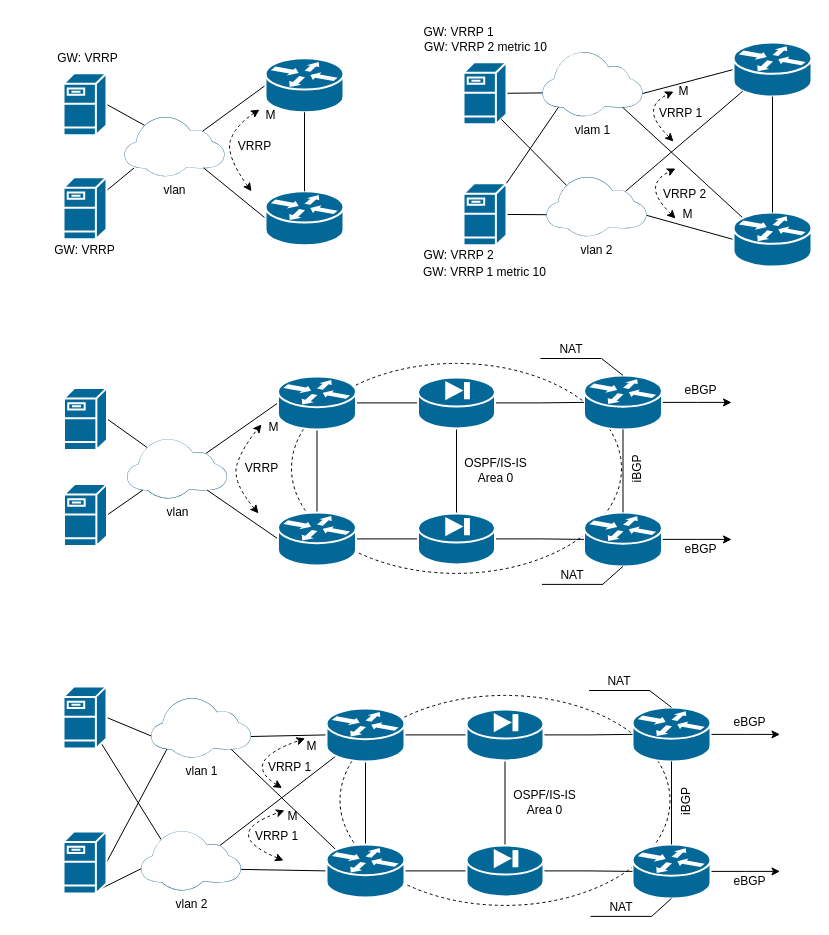
Before: page "L3" (2 of 2) of Diagram/small_nets.drawio in thleontev/Networks, a draw.io diagram. Source tidied: cells renumbered, new cells numbered last; positions are measured from the earlier drawing's top-left corner, leaving out a move shared by most shapes. Both pictures are drawn from the tidied source at 100%, with x=0, y=0 at pixel (44, 17).
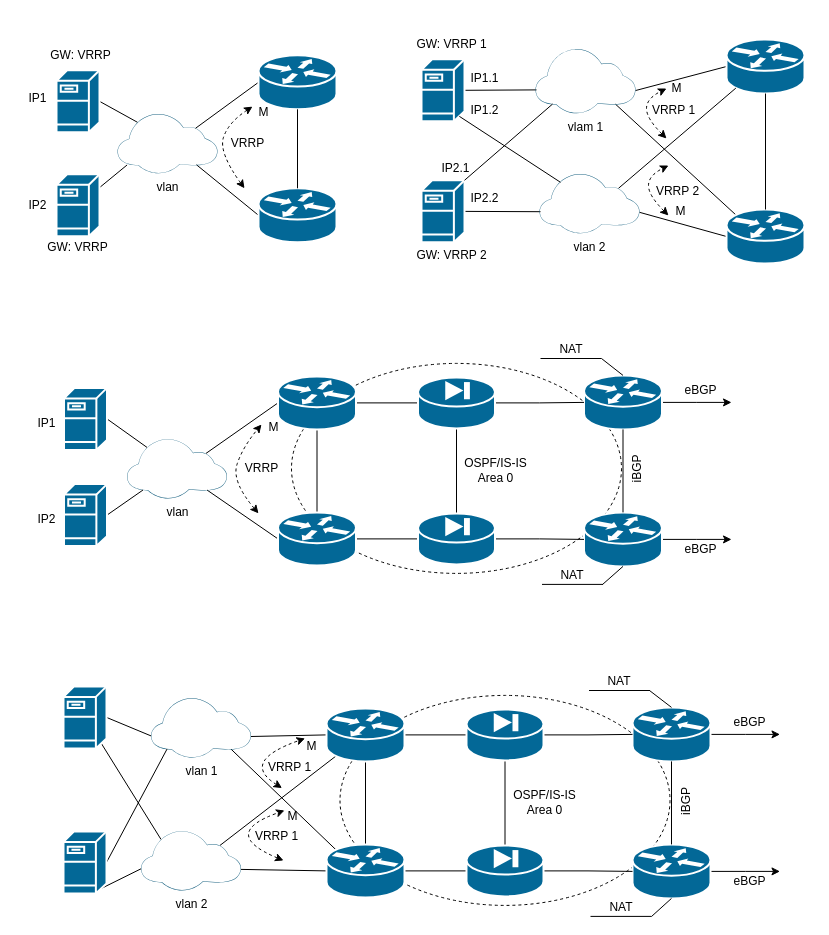
The same diagram, later.

What changed in the source:
```diff
@@
     <mxCell id="4" style="shape=mxgraph.cisco.servers.fileserver;sketch=0;html=1;dashed=0;fillColor=#036897;strokeColor=#ffffff;strokeWidth=2;verticalLabelPosition=bottom;verticalAlign=top;align=center;outlineConnect=0;" parent="1" vertex="1">
-      <mxGeometry x="19" y="55.8" width="43" height="62" as="geometry" />
+      <mxGeometry x="12" y="52.8" width="43" height="62" as="geometry" />
     </mxCell>
     <mxCell id="5" style="rounded=0;jettySize=auto;html=1;exitX=0.79;exitY=0.25;exitDx=0;exitDy=0;exitPerimeter=0;entryX=0;entryY=0.5;entryDx=0;entryDy=0;entryPerimeter=0;endArrow=none;endFill=0;" parent="1" edge="1" target="10">
       <mxGeometry relative="1" as="geometry">
-        <mxPoint x="158" y="113.8" as="sourcePoint" />
+        <mxPoint x="151" y="110.8" as="sourcePoint" />
       </mxGeometry>
     </mxCell>
     <mxCell id="6" style="rounded=0;jettySize=auto;html=1;exitX=0.8;exitY=0.86;exitDx=0;exitDy=0;exitPerimeter=0;entryX=0;entryY=0.5;entryDx=0;entryDy=0;entryPerimeter=0;endArrow=none;endFill=0;" parent="1" edge="1" target="11">
       <mxGeometry relative="1" as="geometry">
-        <mxPoint x="159" y="150.3" as="sourcePoint" />
+        <mxPoint x="152" y="147.3" as="sourcePoint" />
       </mxGeometry>
     </mxCell>
     <mxCell id="7" value="vlan" style="points=[[0,0.64,0],[0.2,0.15,0],[0.4,0.01,0],[0.79,0.25,0],[1,0.65,0],[0.8,0.86,0],[0.41,1,0],[0.16,0.86,0]];verticalLabelPosition=bottom;sketch=0;html=1;verticalAlign=top;align=center;shape=mxgraph.cisco19.cloud;fillColor=#186180;strokeColor=none;" parent="1" vertex="1">
-      <mxGeometry x="80" y="98.8" width="100" height="60" as="geometry" />
+      <mxGeometry x="73" y="95.8" width="100" height="60" as="geometry" />
     </mxCell>
@@
     <mxCell id="9" style="shape=mxgraph.cisco.servers.fileserver;sketch=0;html=1;dashed=0;fillColor=#036897;strokeColor=#ffffff;strokeWidth=2;verticalLabelPosition=bottom;verticalAlign=top;align=center;outlineConnect=0;" parent="1" vertex="1">
-      <mxGeometry x="19" y="159.8" width="43" height="62" as="geometry" />
+      <mxGeometry x="12" y="156.8" width="43" height="62" as="geometry" />
     </mxCell>
     <mxCell id="10" style="shape=mxgraph.cisco.routers.router;sketch=0;html=1;dashed=0;fillColor=#036897;strokeColor=#ffffff;strokeWidth=2;verticalLabelPosition=bottom;verticalAlign=top;align=center;outlineConnect=0;" parent="1" vertex="1">
-      <mxGeometry x="221" y="40.8" width="78" height="54" as="geometry" />
+      <mxGeometry x="214" y="37.8" width="78" height="54" as="geometry" />
     </mxCell>
     <mxCell id="11" style="shape=mxgraph.cisco.routers.router;sketch=0;html=1;dashed=0;fillColor=#036897;strokeColor=#ffffff;strokeWidth=2;verticalLabelPosition=bottom;verticalAlign=top;align=center;outlineConnect=0;" parent="1" vertex="1">
-      <mxGeometry x="221" y="173.8" width="78" height="54" as="geometry" />
+      <mxGeometry x="214" y="170.8" width="78" height="54" as="geometry" />
     </mxCell>
@@
-    <mxCell id="13" style="rounded=0;jettySize=auto;html=1;exitX=1;exitY=0.5;exitDx=0;exitDy=0;exitPerimeter=0;entryX=0;entryY=0.64;entryDx=0;entryDy=0;entryPerimeter=0;endArrow=none;endFill=0;" parent="1" edge="1" source="14" target="18">
-      <mxGeometry relative="1" as="geometry" />
+    <mxCell id="13" style="rounded=0;jettySize=auto;html=1;exitX=1;exitY=0.5;exitDx=0;exitDy=0;exitPerimeter=0;entryX=0;entryY=0.64;entryDx=0;entryDy=0;entryPerimeter=0;endArrow=none;endFill=0;" parent="1" edge="1" source="14">
+      <mxGeometry relative="1" as="geometry">
+        <mxPoint x="492" y="72.4" as="targetPoint" />
+      </mxGeometry>
     </mxCell>
     <mxCell id="14" style="shape=mxgraph.cisco.servers.fileserver;sketch=0;html=1;dashed=0;fillColor=#036897;strokeColor=#ffffff;strokeWidth=2;verticalLabelPosition=bottom;verticalAlign=top;align=center;outlineConnect=0;" parent="1" vertex="1">
-      <mxGeometry x="419" y="44.8" width="43" height="62" as="geometry" />
+      <mxGeometry x="377" y="41.8" width="43" height="62" as="geometry" />
     </mxCell>
@@
     <mxCell id="18" value="vlam 1" style="points=[[0,0.64,0],[0.2,0.15,0],[0.4,0.01,0],[0.79,0.25,0],[1,0.65,0],[0.8,0.86,0],[0.41,1,0],[0.16,0.86,0]];verticalLabelPosition=bottom;sketch=0;html=1;verticalAlign=top;align=center;shape=mxgraph.cisco19.cloud;fillColor=#186180;strokeColor=none;" parent="1" vertex="1">
-      <mxGeometry x="498" y="33.8" width="100" height="65" as="geometry" />
+      <mxGeometry x="491" y="30.8" width="100" height="65" as="geometry" />
     </mxCell>
-    <mxCell id="19" style="rounded=0;jettySize=auto;html=1;endArrow=none;endFill=0;entryX=0;entryY=0.64;entryDx=0;entryDy=0;entryPerimeter=0;" parent="1" edge="1" source="20" target="25">
-      <mxGeometry relative="1" as="geometry" />
+    <mxCell id="19" style="rounded=0;jettySize=auto;html=1;endArrow=none;endFill=0;entryX=0;entryY=0.64;entryDx=0;entryDy=0;entryPerimeter=0;" parent="1" edge="1" source="20">
+      <mxGeometry relative="1" as="geometry">
+        <mxPoint x="496" y="194.2" as="targetPoint" />
+      </mxGeometry>
     </mxCell>
     <mxCell id="20" style="shape=mxgraph.cisco.servers.fileserver;sketch=0;html=1;dashed=0;fillColor=#036897;strokeColor=#ffffff;strokeWidth=2;verticalLabelPosition=bottom;verticalAlign=top;align=center;outlineConnect=0;" parent="1" vertex="1">
-      <mxGeometry x="419" y="165.8" width="43" height="62" as="geometry" />
+      <mxGeometry x="377" y="162.8" width="43" height="62" as="geometry" />
     </mxCell>
     <mxCell id="21" style="shape=mxgraph.cisco.routers.router;sketch=0;html=1;dashed=0;fillColor=#036897;strokeColor=#ffffff;strokeWidth=2;verticalLabelPosition=bottom;verticalAlign=top;align=center;outlineConnect=0;" parent="1" vertex="1">
-      <mxGeometry x="689" y="25" width="78" height="54" as="geometry" />
+      <mxGeometry x="682" y="22" width="78" height="54" as="geometry" />
     </mxCell>
     <mxCell id="22" style="shape=mxgraph.cisco.routers.router;sketch=0;html=1;dashed=0;fillColor=#036897;strokeColor=#ffffff;strokeWidth=2;verticalLabelPosition=bottom;verticalAlign=top;align=center;outlineConnect=0;" parent="1" vertex="1">
-      <mxGeometry x="689" y="195" width="78" height="54" as="geometry" />
+      <mxGeometry x="682" y="192" width="78" height="54" as="geometry" />
     </mxCell>
@@
     <mxCell id="25" value="vlan 2" style="points=[[0,0.64,0],[0.2,0.15,0],[0.4,0.01,0],[0.79,0.25,0],[1,0.65,0],[0.8,0.86,0],[0.41,1,0],[0.16,0.86,0]];verticalLabelPosition=bottom;sketch=0;html=1;verticalAlign=top;align=center;shape=mxgraph.cisco19.cloud;fillColor=#186180;strokeColor=none;" parent="1" vertex="1">
-      <mxGeometry x="502" y="158.8" width="100" height="60" as="geometry" />
+      <mxGeometry x="495" y="155.8" width="100" height="60" as="geometry" />
     </mxCell>
-    <mxCell id="26" style="rounded=0;jettySize=auto;html=1;entryX=0.2;entryY=0.15;entryDx=0;entryDy=0;entryPerimeter=0;endArrow=none;endFill=0;exitX=0.88;exitY=0.92;exitDx=0;exitDy=0;exitPerimeter=0;" parent="1" edge="1" source="14" target="25">
-      <mxGeometry relative="1" as="geometry" />
+    <mxCell id="26" style="rounded=0;jettySize=auto;html=1;entryX=0.2;entryY=0.15;entryDx=0;entryDy=0;entryPerimeter=0;endArrow=none;endFill=0;exitX=0.88;exitY=0.92;exitDx=0;exitDy=0;exitPerimeter=0;" parent="1" edge="1" source="14">
+      <mxGeometry relative="1" as="geometry">
+        <mxPoint x="516" y="164.8" as="targetPoint" />
+      </mxGeometry>
     </mxCell>
-    <mxCell id="27" style="rounded=0;jettySize=auto;html=1;entryX=0.16;entryY=0.86;entryDx=0;entryDy=0;entryPerimeter=0;endArrow=none;endFill=0;exitX=1;exitY=0;exitDx=0;exitDy=0;exitPerimeter=0;" parent="1" edge="1" source="20" target="18">
-      <mxGeometry relative="1" as="geometry" />
+    <mxCell id="27" style="rounded=0;jettySize=auto;html=1;entryX=0.16;entryY=0.86;entryDx=0;entryDy=0;entryPerimeter=0;endArrow=none;endFill=0;exitX=1;exitY=0;exitDx=0;exitDy=0;exitPerimeter=0;" parent="1" edge="1" source="20">
+      <mxGeometry relative="1" as="geometry">
+        <mxPoint x="508" y="86.6" as="targetPoint" />
+      </mxGeometry>
     </mxCell>
     <mxCell id="28" style="curved=1;endArrow=classic;html=1;rounded=0;startArrow=classic;startFill=1;dashed=1;" parent="1" edge="1">
       <mxGeometry relative="1" as="geometry">
-        <mxPoint x="207" y="173.8" as="sourcePoint" />
-        <mxPoint x="215" y="92.1" as="targetPoint" />
+        <mxPoint x="200" y="170.8" as="sourcePoint" />
+        <mxPoint x="208" y="89.1" as="targetPoint" />
         <Array as="points">
-          <mxPoint x="181" y="137.8" />
-          <mxPoint x="191" y="107.8" />
+          <mxPoint x="174" y="134.8" />
+          <mxPoint x="184" y="104.8" />
         </Array>
       </mxGeometry>
     </mxCell>
     <mxCell id="29" value="VRRP" style="text;html=1;align=center;verticalAlign=middle;strokeColor=none;fillColor=none;" parent="1" vertex="1">
-      <mxGeometry x="180" y="113.8" width="60" height="30" as="geometry" />
+      <mxGeometry x="173" y="110.8" width="60" height="30" as="geometry" />
     </mxCell>
     <mxCell id="30" style="curved=1;endArrow=classic;html=1;rounded=0;startArrow=classic;startFill=1;dashed=1;" parent="1" edge="1">
       <mxGeometry relative="1" as="geometry">
-        <mxPoint x="629" y="124" as="sourcePoint" />
-        <mxPoint x="629" y="74" as="targetPoint" />
+        <mxPoint x="622" y="121" as="sourcePoint" />
+        <mxPoint x="622" y="71" as="targetPoint" />
         <Array as="points">
-          <mxPoint x="609" y="104" />
-          <mxPoint x="609" y="84" />
+          <mxPoint x="602" y="101" />
+          <mxPoint x="602" y="81" />
         </Array>
       </mxGeometry>
     </mxCell>
     <mxCell id="31" value="VRRP 1" style="text;html=1;align=center;verticalAlign=middle;strokeColor=none;fillColor=none;" parent="1" vertex="1">
-      <mxGeometry x="601" y="80.8" width="70" height="30" as="geometry" />
+      <mxGeometry x="594" y="77.8" width="70" height="30" as="geometry" />
     </mxCell>
     <mxCell id="32" style="curved=1;endArrow=classic;html=1;rounded=0;startArrow=classic;startFill=1;dashed=1;" parent="1" edge="1">
       <mxGeometry relative="1" as="geometry">
-        <mxPoint x="631" y="201" as="sourcePoint" />
-        <mxPoint x="631" y="151" as="targetPoint" />
+        <mxPoint x="624" y="198" as="sourcePoint" />
+        <mxPoint x="624" y="148" as="targetPoint" />
         <Array as="points">
-          <mxPoint x="611" y="181" />
-          <mxPoint x="611" y="161" />
+          <mxPoint x="604" y="178" />
+          <mxPoint x="604" y="158" />
         </Array>
       </mxGeometry>
     </mxCell>
     <mxCell id="33" value="VRRP 2" style="text;html=1;align=center;verticalAlign=middle;strokeColor=none;fillColor=none;" parent="1" vertex="1">
-      <mxGeometry x="605" y="162.2" width="70" height="30" as="geometry" />
+      <mxGeometry x="598" y="159.2" width="70" height="30" as="geometry" />
     </mxCell>
@@
     <mxCell id="65" value="M" style="text;html=1;align=center;verticalAlign=middle;strokeColor=none;fillColor=none;" parent="1" vertex="1">
-      <mxGeometry x="624" y="58.8" width="30" height="30" as="geometry" />
+      <mxGeometry x="617" y="55.8" width="30" height="30" as="geometry" />
     </mxCell>
     <mxCell id="66" value="M" style="text;html=1;align=center;verticalAlign=middle;strokeColor=none;fillColor=none;" parent="1" vertex="1">
-      <mxGeometry x="628" y="181.8" width="30" height="30" as="geometry" />
+      <mxGeometry x="621" y="178.8" width="30" height="30" as="geometry" />
     </mxCell>
@@
     <mxCell id="107" value="M" style="text;html=1;align=center;verticalAlign=middle;strokeColor=none;fillColor=none;" parent="1" vertex="1">
-      <mxGeometry x="210.5" y="82.8" width="30" height="30" as="geometry" />
+      <mxGeometry x="203.5" y="79.8" width="30" height="30" as="geometry" />
     </mxCell>
@@
     <mxCell id="112" value="GW: VRRP" style="text;html=1;align=center;verticalAlign=middle;strokeColor=none;fillColor=none;" parent="1" vertex="1">
-      <mxGeometry x="3" y="25.8" width="80" height="30" as="geometry" />
+      <mxGeometry x="-4" y="22.8" width="80" height="30" as="geometry" />
     </mxCell>
     <mxCell id="113" value="GW: VRRP" style="text;html=1;align=center;verticalAlign=middle;strokeColor=none;fillColor=none;" parent="1" vertex="1">
-      <mxGeometry y="217.8" width="80" height="30" as="geometry" />
+      <mxGeometry x="-7" y="214.8" width="80" height="30" as="geometry" />
     </mxCell>
     <mxCell id="114" value="GW: VRRP 1" style="text;html=1;align=center;verticalAlign=middle;strokeColor=none;fillColor=none;" parent="1" vertex="1">
-      <mxGeometry x="369" y="-0.2" width="90" height="30" as="geometry" />
+      <mxGeometry x="362" y="11.8" width="90" height="30" as="geometry" />
     </mxCell>
-    <mxCell id="115" value="GW: VRRP 2 metric 10" style="text;html=1;align=center;verticalAlign=middle;strokeColor=none;fillColor=none;" parent="1" vertex="1">
-      <mxGeometry x="365.5" y="14.8" width="150" height="30" as="geometry" />
-    </mxCell>
-    <mxCell id="116" value="GW: VRRP 1 metric 10" style="text;html=1;align=center;verticalAlign=middle;strokeColor=none;fillColor=none;" parent="1" vertex="1">
-      <mxGeometry x="364.5" y="240" width="150" height="30" as="geometry" />
-    </mxCell>
     <mxCell id="117" value="GW: VRRP 2" style="text;html=1;align=center;verticalAlign=middle;strokeColor=none;fillColor=none;" parent="1" vertex="1">
-      <mxGeometry x="369" y="222.8" width="90" height="30" as="geometry" />
+      <mxGeometry x="362" y="222.8" width="90" height="30" as="geometry" />
     </mxCell>
+    <mxCell id="118" value="IP1" style="text;html=1;align=center;verticalAlign=middle;strokeColor=none;fillColor=none;" parent="1" vertex="1">
+      <mxGeometry x="-27.5" y="65.8" width="40" height="30" as="geometry" />
+    </mxCell>
+    <mxCell id="119" value="IP2" style="text;html=1;align=center;verticalAlign=middle;strokeColor=none;fillColor=none;" parent="1" vertex="1">
+      <mxGeometry x="-27.5" y="172.8" width="40" height="30" as="geometry" />
+    </mxCell>
+    <mxCell id="120" value="IP1.1" style="text;html=1;align=center;verticalAlign=middle;strokeColor=none;fillColor=none;" parent="1" vertex="1">
+      <mxGeometry x="415" y="46" width="50" height="30" as="geometry" />
+    </mxCell>
+    <mxCell id="121" value="IP1" style="text;html=1;align=center;verticalAlign=middle;strokeColor=none;fillColor=none;" parent="1" vertex="1">
+      <mxGeometry x="-18" y="390.9" width="40" height="30" as="geometry" />
+    </mxCell>
+    <mxCell id="122" value="IP2" style="text;html=1;align=center;verticalAlign=middle;strokeColor=none;fillColor=none;" parent="1" vertex="1">
+      <mxGeometry x="-18" y="486.9" width="40" height="30" as="geometry" />
+    </mxCell>
+    <mxCell id="123" value="IP2.1" style="text;html=1;align=center;verticalAlign=middle;strokeColor=none;fillColor=none;" parent="1" vertex="1">
+      <mxGeometry x="386" y="135.8" width="50" height="30" as="geometry" />
+    </mxCell>
+    <mxCell id="124" value="IP1.2" style="text;html=1;align=center;verticalAlign=middle;strokeColor=none;fillColor=none;" parent="1" vertex="1">
+      <mxGeometry x="415" y="77.8" width="50" height="30" as="geometry" />
+    </mxCell>
+    <mxCell id="125" value="IP2.2" style="text;html=1;align=center;verticalAlign=middle;strokeColor=none;fillColor=none;" parent="1" vertex="1">
+      <mxGeometry x="415" y="165.8" width="50" height="30" as="geometry" />
+    </mxCell>
```
